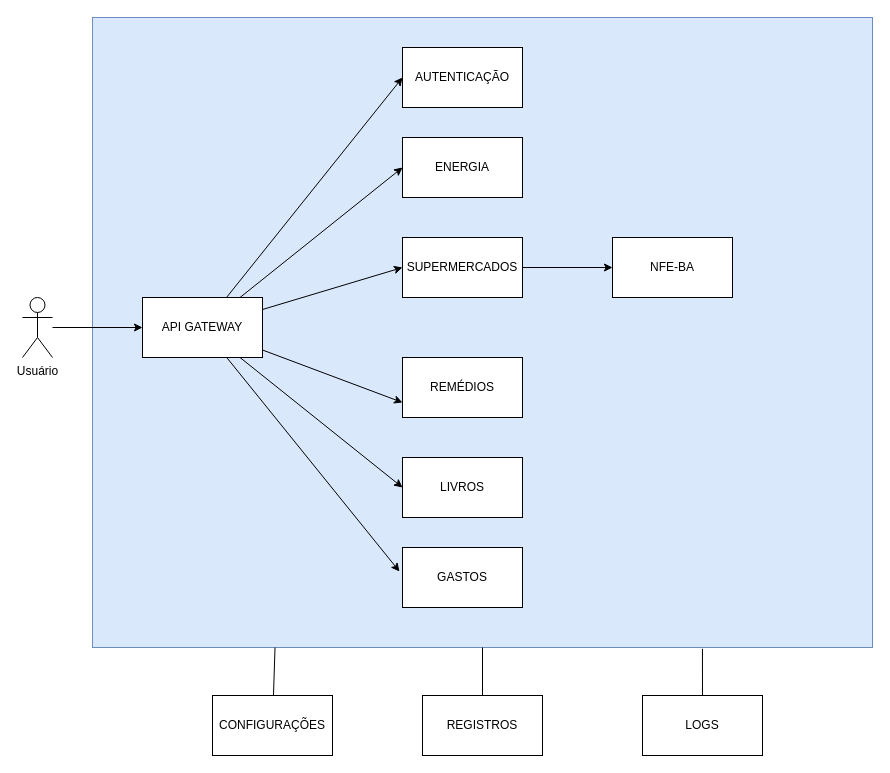
Above: Diagrama.drawio in guilhermejr/sistema (draw.io), before the change. Source tidied: cells renumbered, new cells numbered last; positions are measured from the earlier drawing's top-left corner, leaving out a move shared by most shapes. Both pictures are drawn from the tidied source at 100%, with x=0, y=0 at pixel (22, 17).
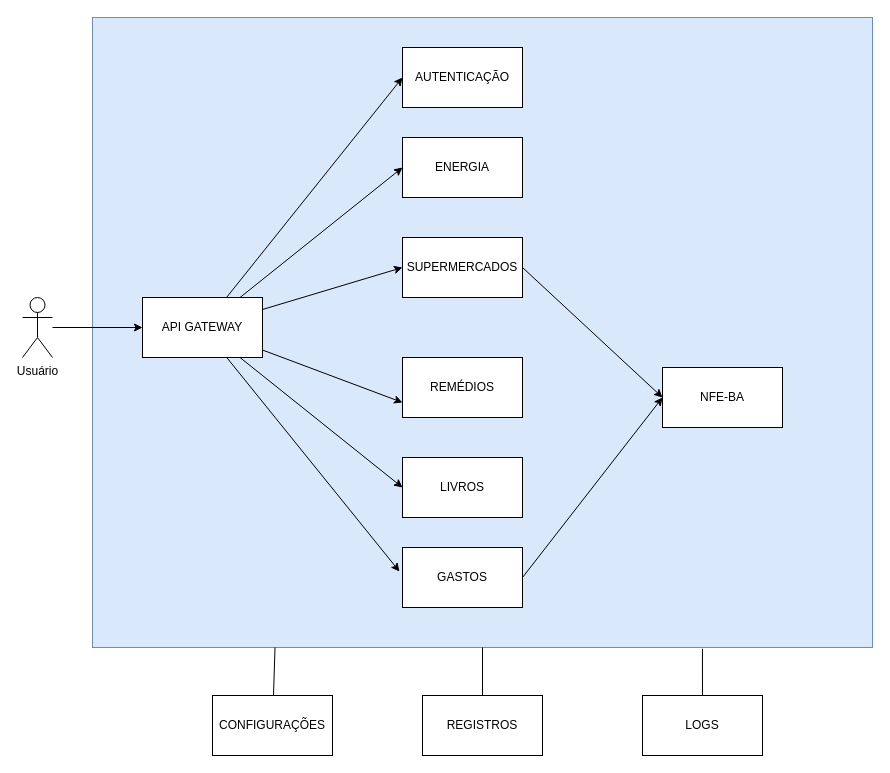
The same page after the edit.

Commit message:
Atualizado desenho da arquitetura

Unchanged cells that the change refers to:
```xml
<mxCell id="15" value="SUPERMERCADOS" style="rounded=0;whiteSpace=wrap;html=1;" parent="1" vertex="1">
  <mxGeometry x="380" y="220" width="120" height="60" as="geometry" />
</mxCell>
<mxCell id="17" value="GASTOS" style="rounded=0;whiteSpace=wrap;html=1;" parent="1" vertex="1">
  <mxGeometry x="380" y="530" width="120" height="60" as="geometry" />
</mxCell>
```

Diff of the diagram source:
```diff
@@
     <mxCell id="13" value="NFE-BA" style="rounded=0;whiteSpace=wrap;html=1;" parent="1" vertex="1">
-      <mxGeometry x="590" y="220" width="120" height="60" as="geometry" />
+      <mxGeometry x="640" y="350" width="120" height="60" as="geometry" />
     </mxCell>
-    <mxCell id="14" style="edgeStyle=none;rounded=0;jettySize=auto;html=1;entryX=0;entryY=0.5;entryDx=0;entryDy=0;startArrow=none;startFill=0;" parent="1" edge="1" source="15" target="13">
+    <mxCell id="14" style="edgeStyle=none;rounded=0;jettySize=auto;html=1;entryX=0;entryY=0.5;entryDx=0;entryDy=0;startArrow=none;startFill=0;exitX=1;exitY=0.5;exitDx=0;exitDy=0;" parent="1" edge="1" source="15" target="13">
       <mxGeometry relative="1" as="geometry" />
     </mxCell>
@@
+    <mxCell id="26" style="rounded=0;jettySize=auto;html=1;entryX=0;entryY=0.5;entryDx=0;entryDy=0;exitX=1;exitY=0.5;exitDx=0;exitDy=0;" parent="1" edge="1" source="17" target="13">
+      <mxGeometry relative="1" as="geometry" />
+    </mxCell>
```
